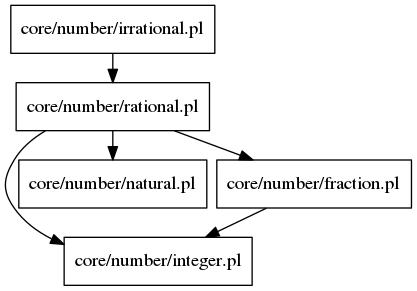
The Graphviz diagram docs/core/number/irrational.png in lluisalemanypuig/sycalc, before a commit. Its source is kept beside it as docs/.cache/core/number/irrational.dot.
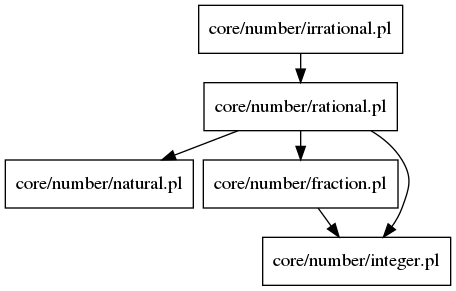
The same diagram one commit later.

Diff of the diagram source:
```diff
@@ -3,8 +3,8 @@
 nodesep = 0.1
 ranksep = 0.3
 "core/number/irrational.pl" -> "core/number/rational.pl"
-"core/number/rational.pl" -> "core/number/integer.pl"
 "core/number/rational.pl" -> "core/number/natural.pl"
 "core/number/rational.pl" -> "core/number/fraction.pl"
+"core/number/rational.pl" -> "core/number/integer.pl"
 "core/number/fraction.pl" -> "core/number/integer.pl"
 }
```
